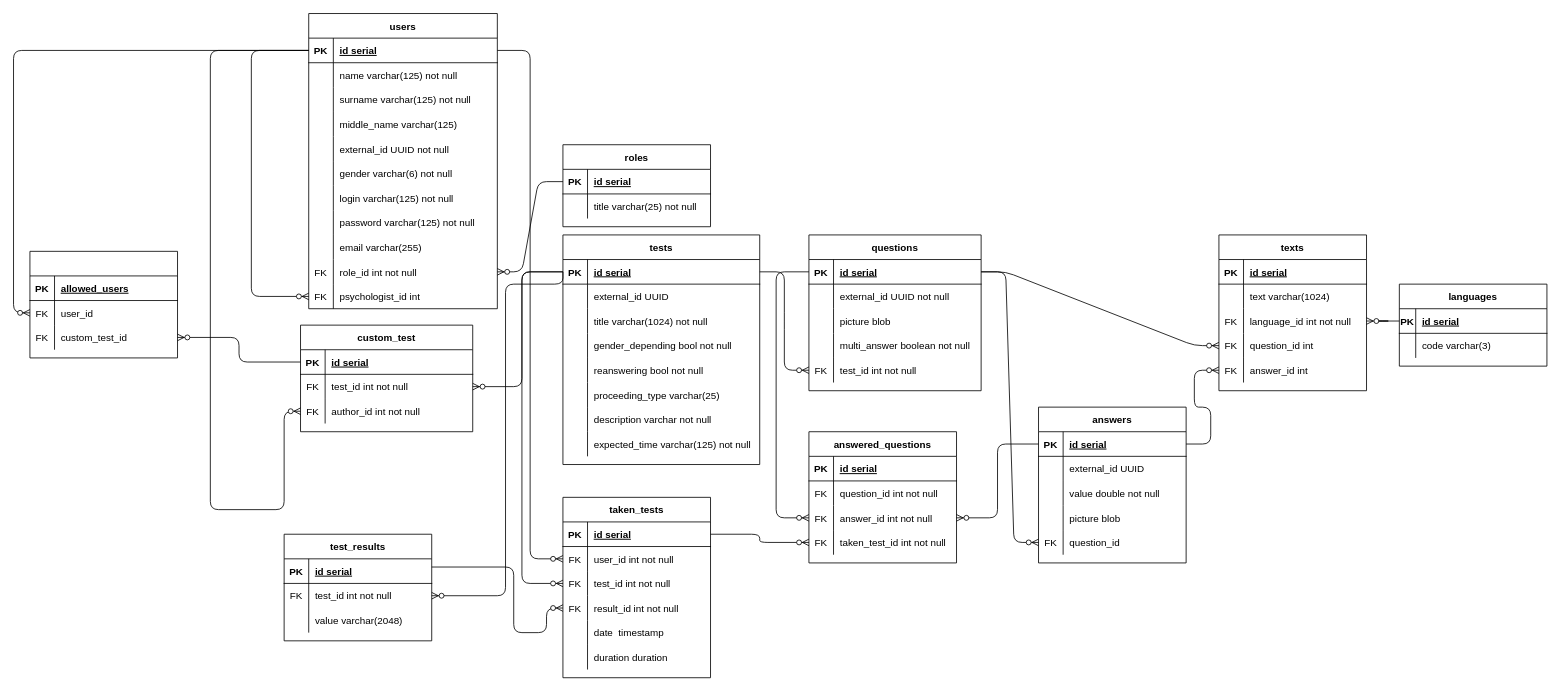
Before: diagrams/db-structure.drawio in carakazov/mobile-psycho-multy-test-app, a draw.io diagram. Source tidied: cells renumbered, new cells numbered last; positions are measured from the earlier drawing's top-left corner, leaving out a move shared by most shapes. Both pictures are drawn from the tidied source at 82%, with x=0, y=0 at pixel (30, 13).
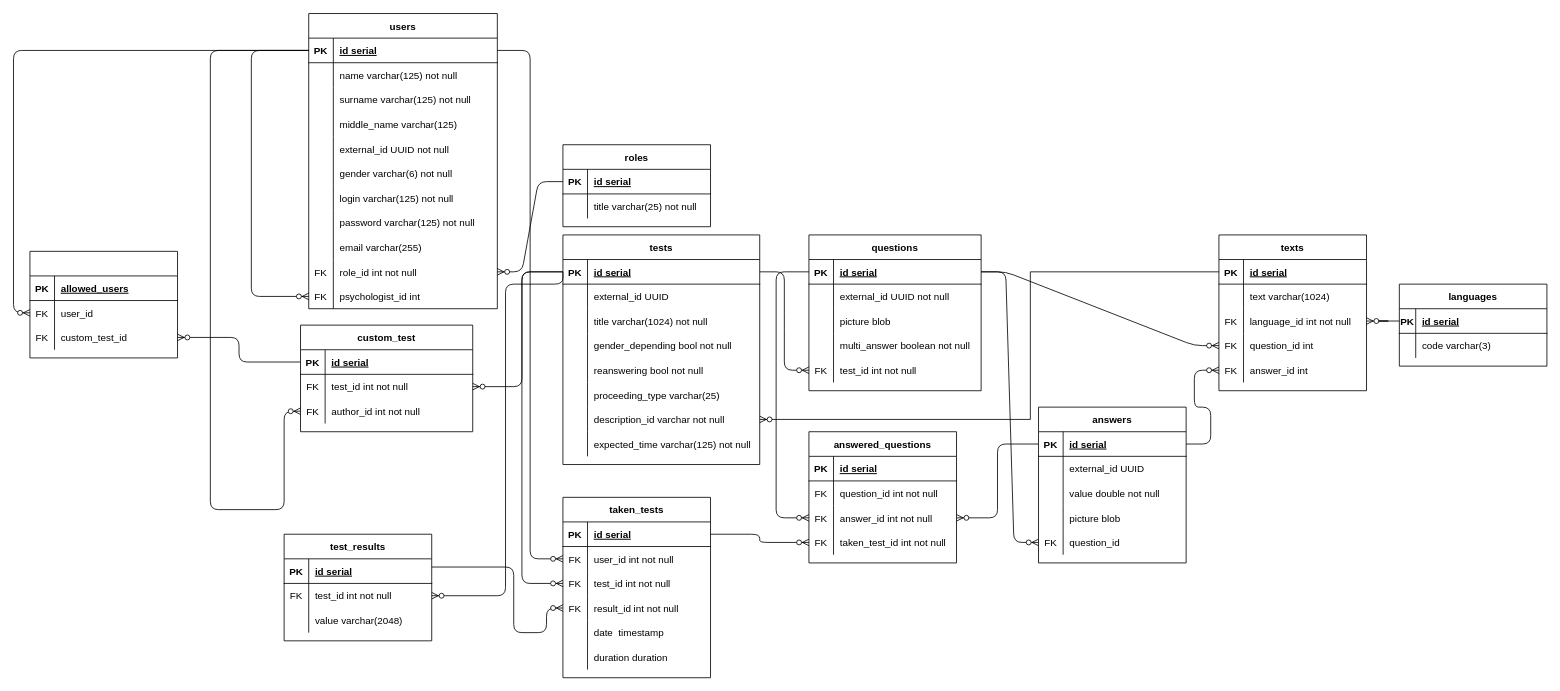
The same page after the edit.

Unchanged cells that the change refers to:
```xml
<mxCell id="64" style="shape=partialRectangle;fillColor=none;top=0;left=0;bottom=0;right=0;points=[[0,0.5],[1,0.5]];portConstraint=eastwest;" parent="45" vertex="1">
  <mxGeometry y="210" width="240" height="30" as="geometry" />
</mxCell>
<mxCell id="117" style="shape=partialRectangle;fillColor=none;top=0;left=0;bottom=1;right=0;points=[[0,0.5],[1,0.5]];portConstraint=eastwest;" parent="116" vertex="1">
  <mxGeometry y="30" width="180" height="30" as="geometry" />
</mxCell>
```

What changed in the source:
```diff
@@
-    <mxCell id="66" value="description varchar not null" style="shape=partialRectangle;fillColor=none;top=0;left=0;bottom=0;right=0;align=left;spacingLeft=6;fontStyle=0;overflow=hidden;" parent="64" vertex="1">
+    <mxCell id="66" value="description_id varchar not null" style="shape=partialRectangle;fillColor=none;top=0;left=0;bottom=0;right=0;align=left;spacingLeft=6;fontStyle=0;overflow=hidden;" parent="64" vertex="1">
       <mxGeometry x="30" width="210" height="30" as="geometry" />
     </mxCell>
@@
+    <mxCell id="203" style="edgeStyle=orthogonalEdgeStyle;rounded=0;jettySize=auto;html=1;entryX=1;entryY=0.5;entryDx=0;entryDy=0;endArrow=ERzeroToMany;endFill=1;" parent="1" edge="1" source="117" target="64">
+      <mxGeometry relative="1" as="geometry">
+        <Array as="points">
+          <mxPoint x="1220" y="315" />
+          <mxPoint x="1220" y="495" />
+        </Array>
+      </mxGeometry>
+    </mxCell>
```
